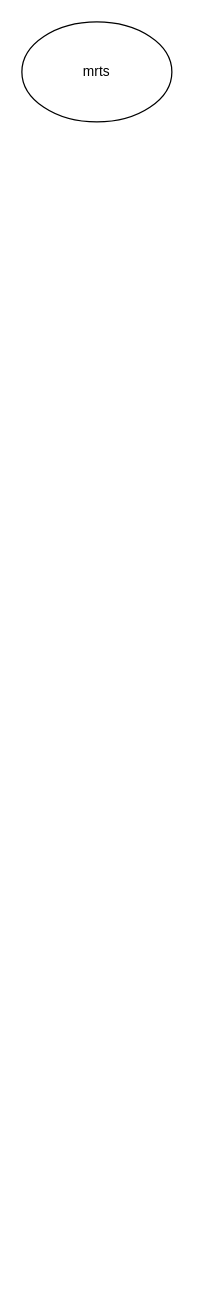
The draw.io diagram page "mrts" (3 of 8) of flowcharts/autoFRK.drawio in Josh-test-lab/autoFRK-python, before the edit. Source tidied: cells renumbered, new cells numbered last; positions are measured from the earlier drawing's top-left corner, leaving out a move shared by most shapes. Both pictures are drawn from the tidied source at 125%, with x=0, y=0 at pixel (21, 21).
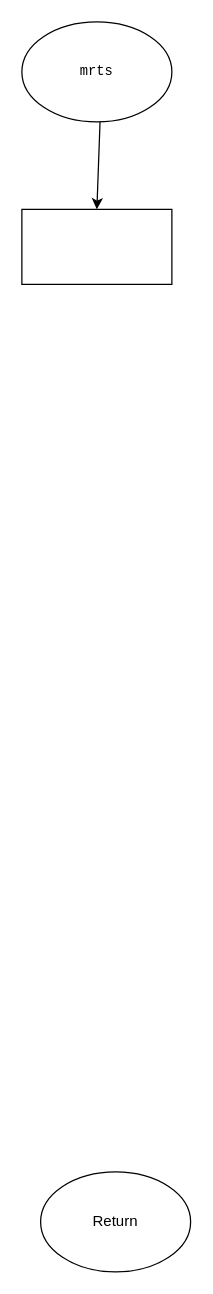
The same diagram, later.

What changed in the source:
```diff
@@
 <mxGraphModel>
   <root>
     <mxCell id="0" />
     <mxCell id="1" parent="0" />
+    <mxCell id="3" style="edgeStyle=none;html=1;" parent="1" edge="1" source="2" target="5">
+      <mxGeometry relative="1" as="geometry" />
+    </mxCell>
-    <mxCell id="2" value="mrts" style="ellipse;whiteSpace=wrap;html=1;fontFamily=Helvetica;fontSize=11;fontColor=default;labelBackgroundColor=default;" parent="1" vertex="1">
+    <mxCell id="2" value="&lt;font face=&quot;Courier New&quot;&gt;mrts&lt;/font&gt;" style="ellipse;whiteSpace=wrap;html=1;fontFamily=Helvetica;fontSize=11;fontColor=default;labelBackgroundColor=default;" parent="1" vertex="1">
       <mxGeometry width="120" height="80" as="geometry" />
     </mxCell>
+    <mxCell id="4" value="Return" style="ellipse;whiteSpace=wrap;html=1;" parent="1" vertex="1">
+      <mxGeometry x="15" y="920" width="120" height="80" as="geometry" />
+    </mxCell>
+    <mxCell id="5" style="rounded=0;whiteSpace=wrap;html=1;" parent="1" vertex="1">
+      <mxGeometry y="150" width="120" height="60" as="geometry" />
+    </mxCell>
   </root>
 </mxGraphModel>
```
